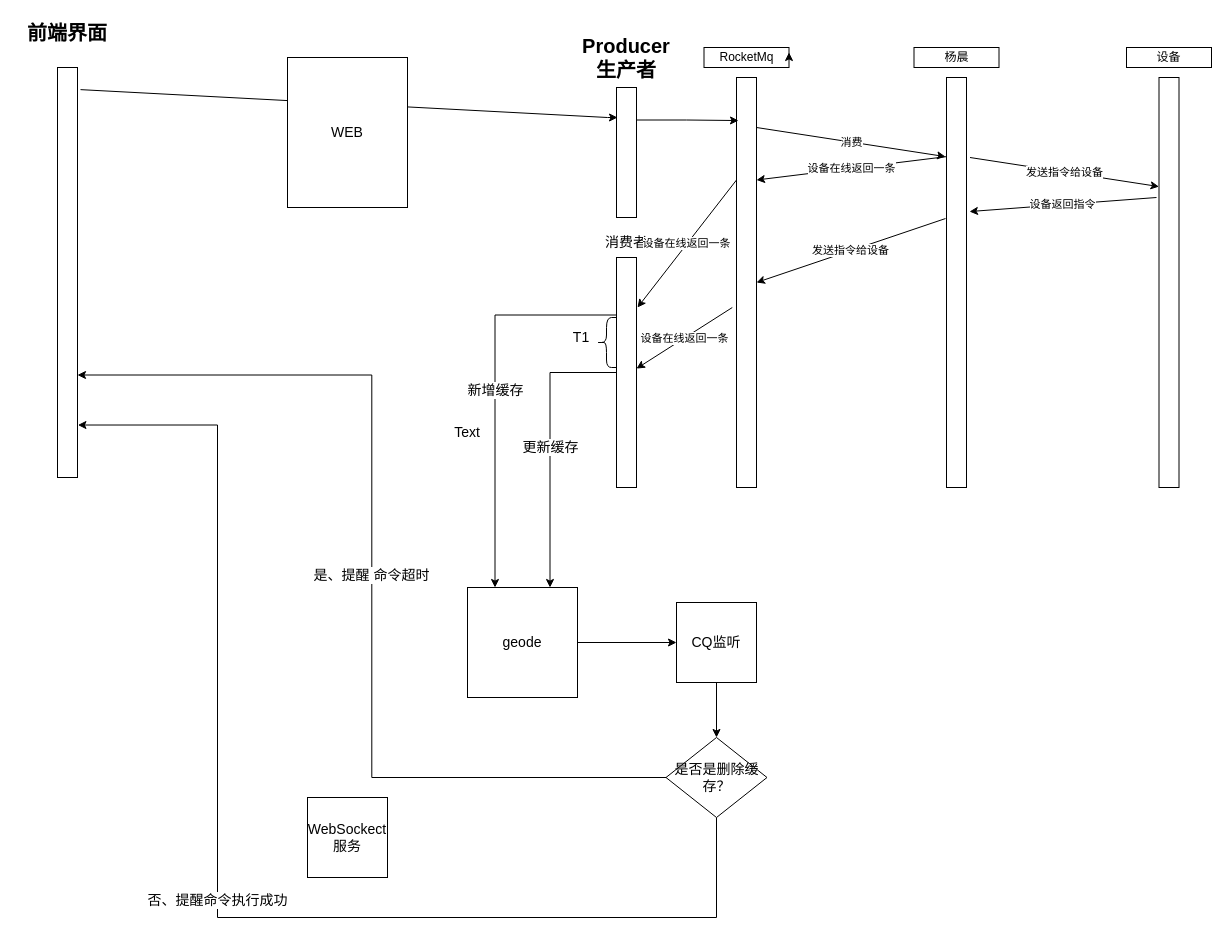
Before: 未命名绘图.drawio in zm52hz/test1, a draw.io diagram. Source tidied: cells renumbered, new cells numbered last; positions are measured from the earlier drawing's top-left corner, leaving out a move shared by most shapes. Both pictures are drawn from the tidied source at 100%, with x=0, y=0 at pixel (17, 17).
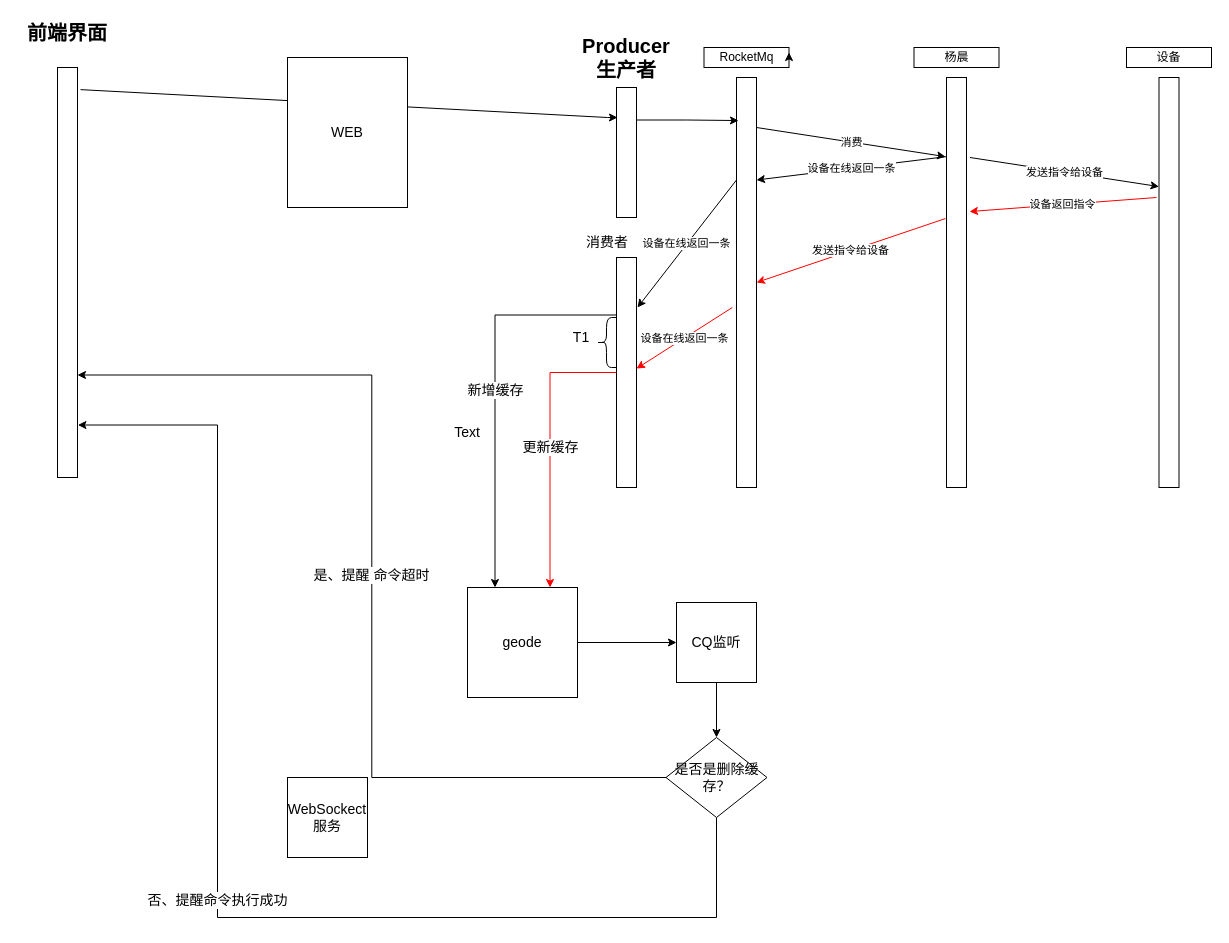
After the change.

Commit message (it also covers changes not shown here):
更新未命名绘图.drawio

Unchanged cells that the change refers to:
```xml
<mxCell id="4" style="rounded=0;whiteSpace=wrap;html=1;" parent="1" vertex="1">
  <mxGeometry x="719" y="60" width="20" height="410" as="geometry" />
</mxCell>
<mxCell id="6" style="rounded=0;whiteSpace=wrap;html=1;" parent="1" vertex="1">
  <mxGeometry x="929" y="60" width="20" height="410" as="geometry" />
</mxCell>
<mxCell id="20" style="rounded=0;whiteSpace=wrap;html=1;fontSize=14;" parent="1" vertex="1">
  <mxGeometry x="599" y="240" width="20" height="230" as="geometry" />
</mxCell>
<mxCell id="25" value="geode" style="whiteSpace=wrap;html=1;fontSize=14;" parent="1" vertex="1">
  <mxGeometry x="450" y="570" width="110" height="110" as="geometry" />
</mxCell>
```

The edit, as a diff of the source:
```diff
@@
-    <mxCell id="13" value="设备返回指令" style="endArrow=classic;html=1;rounded=0;entryX=1.15;entryY=0.327;entryDx=0;entryDy=0;entryPerimeter=0;" parent="1" edge="1" target="6">
+    <mxCell id="13" value="设备返回指令" style="endArrow=classic;html=1;rounded=0;entryX=1.15;entryY=0.327;entryDx=0;entryDy=0;entryPerimeter=0;strokeColor=#FF0000;" parent="1" edge="1" target="6">
       <mxGeometry relative="1" as="geometry">
         <mxPoint x="1139" y="180" as="sourcePoint" />
       </mxGeometry>
     </mxCell>
-    <mxCell id="14" value="发送指令给设备" style="endArrow=classic;html=1;rounded=0;entryX=1;entryY=0.5;entryDx=0;entryDy=0;exitX=-0.05;exitY=0.344;exitDx=0;exitDy=0;exitPerimeter=0;" parent="1" edge="1" source="6" target="4">
+    <mxCell id="14" value="发送指令给设备" style="endArrow=classic;html=1;rounded=0;entryX=1;entryY=0.5;entryDx=0;entryDy=0;exitX=-0.05;exitY=0.344;exitDx=0;exitDy=0;exitPerimeter=0;strokeColor=#FF0000;" parent="1" edge="1" source="6" target="4">
       <mxGeometry relative="1" as="geometry" />
     </mxCell>
@@
     <mxCell id="21" value="消费者" style="text;html=1;strokeColor=none;fillColor=none;align=center;verticalAlign=middle;whiteSpace=wrap;rounded=0;fontSize=14;" parent="1" vertex="1">
-      <mxGeometry x="579" y="210" width="60" height="30" as="geometry" />
+      <mxGeometry x="560" y="210" width="60" height="30" as="geometry" />
     </mxCell>
@@
-    <mxCell id="23" value="设备在线返回一条" style="endArrow=classic;html=1;rounded=0;exitX=-0.158;exitY=0.412;exitDx=0;exitDy=0;exitPerimeter=0;" parent="1" edge="1">
+    <mxCell id="23" value="设备在线返回一条" style="endArrow=classic;html=1;rounded=0;exitX=-0.158;exitY=0.412;exitDx=0;exitDy=0;exitPerimeter=0;strokeColor=#FF0000;" parent="1" edge="1">
       <mxGeometry relative="1" as="geometry">
         <mxPoint x="714.8" y="290" as="sourcePoint" />
         <mxPoint x="619" y="351.1" as="targetPoint" />
       </mxGeometry>
     </mxCell>
@@
-    <mxCell id="26" value="更新缓存" style="edgeStyle=orthogonalEdgeStyle;rounded=0;jettySize=auto;html=1;entryX=0.75;entryY=0;entryDx=0;entryDy=0;fontSize=14;exitX=0;exitY=0.5;exitDx=0;exitDy=0;" parent="1" edge="1" source="20" target="25">
+    <mxCell id="26" value="更新缓存" style="edgeStyle=orthogonalEdgeStyle;rounded=0;jettySize=auto;html=1;entryX=0.75;entryY=0;entryDx=0;entryDy=0;fontSize=14;exitX=0;exitY=0.5;exitDx=0;exitDy=0;strokeColor=#FF0000;" parent="1" edge="1" source="20" target="25">
       <mxGeometry relative="1" as="geometry" />
     </mxCell>
@@
     <mxCell id="32" value="WebSockect服务" style="whiteSpace=wrap;html=1;fontSize=14;" parent="1" vertex="1">
-      <mxGeometry x="290" y="780" width="80" height="80" as="geometry" />
+      <mxGeometry x="270" y="760" width="80" height="80" as="geometry" />
     </mxCell>
```
